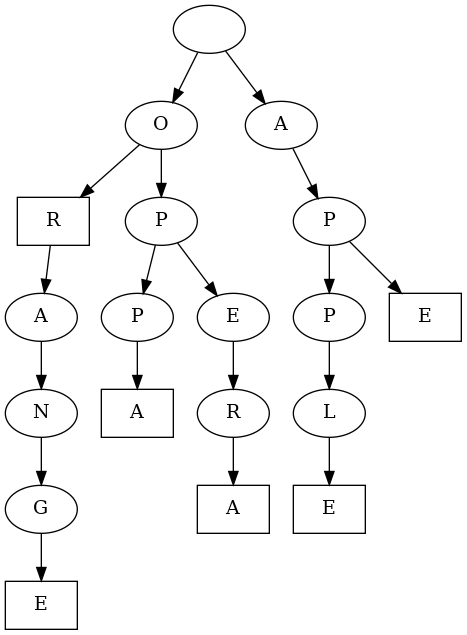
The Graphviz diagram trie.png in keithstellyes/Pretty-Data-Stuctures, before a commit. Its source is kept beside it as trie.dot.
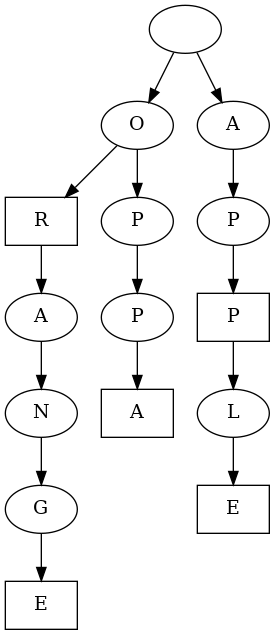
Above is the later version.

What changed in the source:
```diff
@@ -9,15 +9,11 @@
     h [label="P"];
     i [label="P"];
     j [label="A", shape=box];
-    k [label="E"];
-    l [label="R"];
-    m [label="A", shape=box];
-    n [label="A"];
-    o [label="P"];
-    p [label="P"];
-    q [label="L"];
-    r [label="E", shape=box];
-    s [label="E", shape=box];
+    k [label="A"];
+    l [label="P"];
+    m [label="P", shape=box];
+    n [label="L"];
+    o [label="E", shape=box];
     f -> g
     e -> f
     d -> e
@@ -25,15 +21,11 @@
     b -> c
     i -> j
     h -> i
+    b -> h
+    a -> b
+    n -> o
+    m -> n
     l -> m
     k -> l
-    h -> k
-    b -> h
-    a -> b
-    q -> r
-    p -> q
-    o -> p
-    o -> s
-    n -> o
-    a -> n
+    a -> k
 }
```
